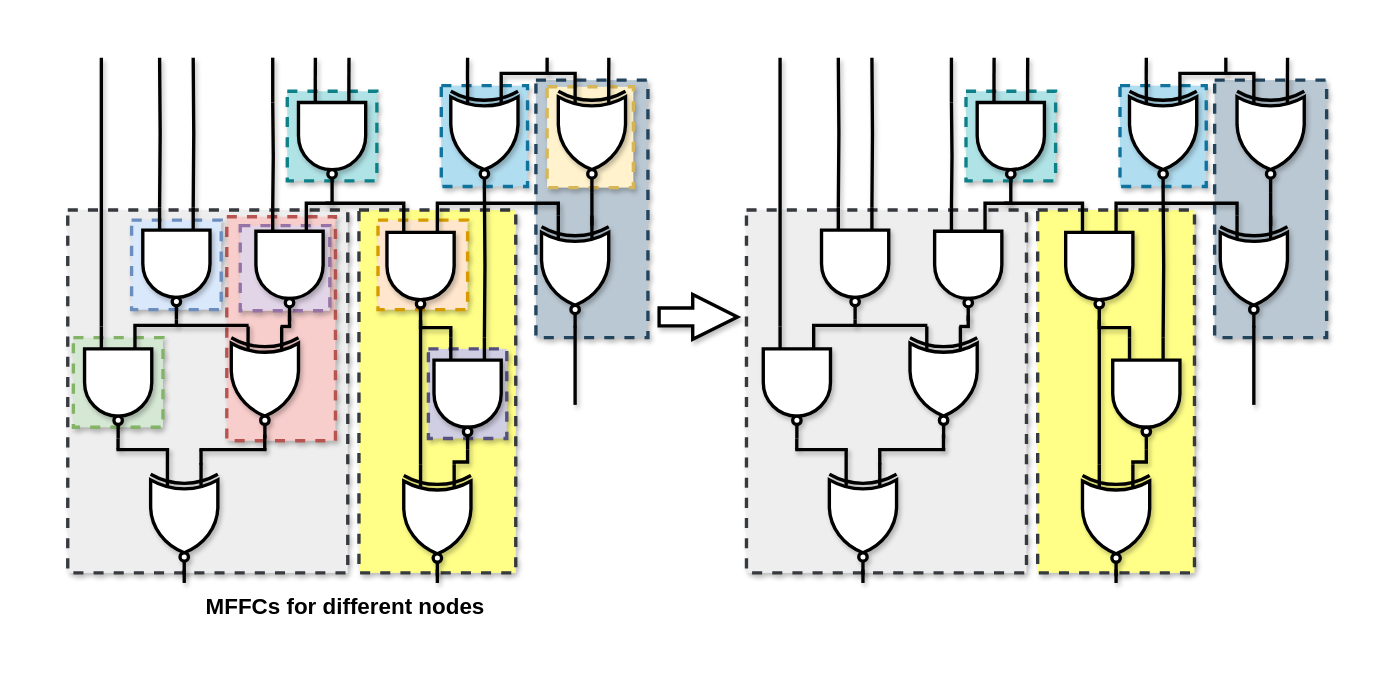
The draw.io diagram mffc.drawio in kxzhu0505/LogicSynOpt, before the edit. Source tidied: cells renumbered, new cells numbered last; positions are measured from the earlier drawing's top-left corner, leaving out a move shared by most shapes. Both pictures are drawn from the tidied source at 112%, with x=0, y=0 at pixel (67, 57).
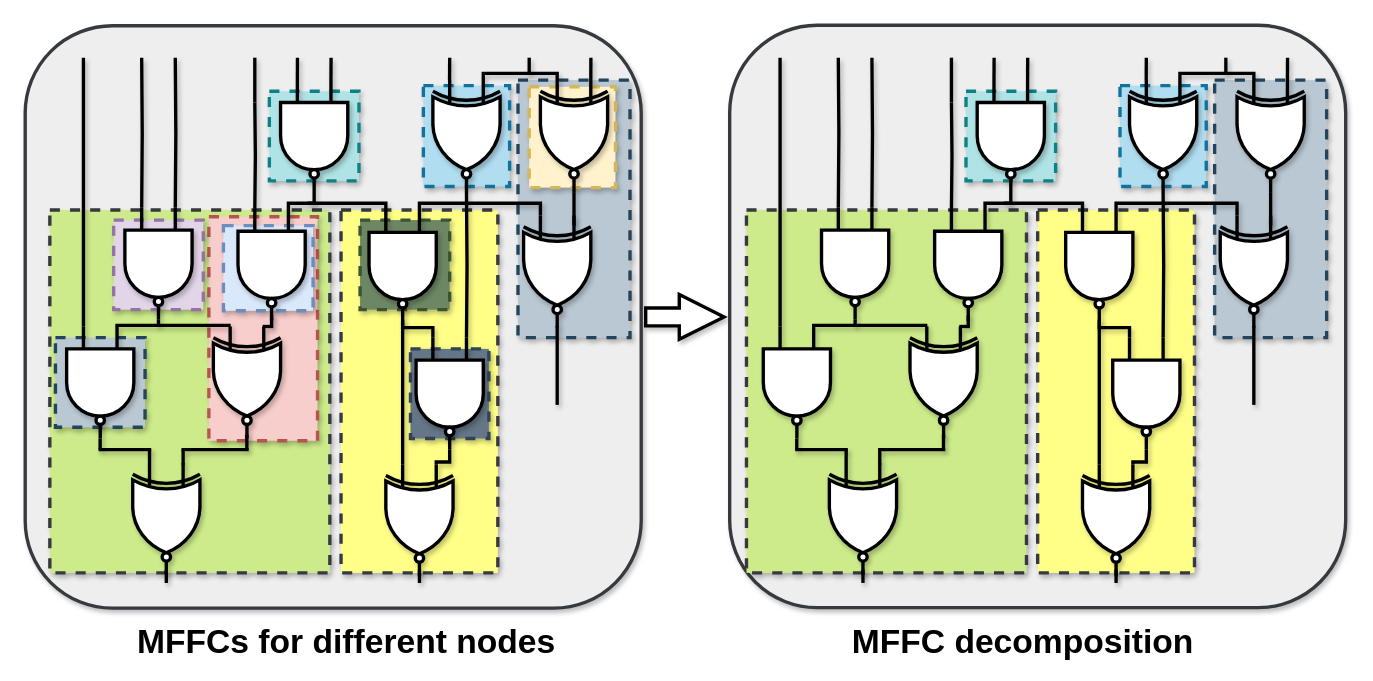
The same page after the edit.

Diff of the diagram source:
```diff
@@
+    <mxCell id="109" style="verticalLabelPosition=bottom;verticalAlign=top;html=1;strokeWidth=3;shape=mxgraph.arrows2.arrow;dy=0.6;dx=40;notch=0;shadow=1;" parent="1" vertex="1">
+      <mxGeometry x="516" y="211.5" width="70" height="40" as="geometry" />
+    </mxCell>
+    <mxCell id="110" value="&lt;font size=&quot;1&quot; style=&quot;&quot;&gt;&lt;b style=&quot;font-size: 30px;&quot;&gt;MFFCs for different nodes&lt;/b&gt;&lt;/font&gt;" style="text;html=1;align=center;verticalAlign=middle;whiteSpace=wrap;rounded=0;" parent="1" vertex="1">
+      <mxGeometry x="36" y="506" width="426" height="30" as="geometry" />
+    </mxCell>
+    <mxCell id="111" value="&lt;font style=&quot;font-size: 30px;&quot;&gt;&lt;font style=&quot;font-size: 30px;&quot;&gt;&lt;b style=&quot;&quot;&gt;MFFC&amp;nbsp;&lt;/b&gt;&lt;/font&gt;&lt;b&gt;decomposition&lt;/b&gt;&lt;/font&gt;" style="text;html=1;align=center;verticalAlign=middle;whiteSpace=wrap;rounded=0;" parent="1" vertex="1">
+      <mxGeometry x="640" y="506" width="426" height="30" as="geometry" />
+    </mxCell>
+    <mxCell id="112" style="rounded=1;whiteSpace=wrap;html=1;shadow=1;strokeWidth=3;fillColor=#eeeeee;strokeColor=#36393d;" parent="1" vertex="1">
+      <mxGeometry x="-38" y="-28.5" width="550" height="520" as="geometry" />
+    </mxCell>
+    <mxCell id="113" style="group;" parent="1" vertex="1">
+      <mxGeometry x="-16" width="525" height="480" as="geometry" />
+    </mxCell>
-    <mxCell id="2" style="rounded=0;whiteSpace=wrap;html=1;dashed=1;strokeWidth=3;fillColor=#bac8d3;strokeColor=#23445d;shadow=1;" parent="1" vertex="1">
+    <mxCell id="2" style="rounded=0;whiteSpace=wrap;html=1;dashed=1;strokeWidth=3;fillColor=#bac8d3;strokeColor=#23445d;shadow=1;" parent="113" vertex="1">
       <mxGeometry x="418" y="20" width="100" height="230" as="geometry" />
     </mxCell>
-    <mxCell id="3" style="rounded=0;whiteSpace=wrap;html=1;dashed=1;strokeWidth=3;fillColor=#ffff88;strokeColor=#36393d;shadow=1;" parent="1" vertex="1">
+    <mxCell id="3" style="rounded=0;whiteSpace=wrap;html=1;dashed=1;strokeWidth=3;fillColor=#ffff88;strokeColor=#36393d;shadow=1;" parent="113" vertex="1">
       <mxGeometry x="260" y="136" width="140" height="324" as="geometry" />
     </mxCell>
-    <mxCell id="4" style="rounded=0;whiteSpace=wrap;html=1;dashed=1;strokeWidth=3;fillColor=#eeeeee;strokeColor=#36393d;shadow=1;" parent="1" vertex="1">
+    <mxCell id="4" style="rounded=0;whiteSpace=wrap;html=1;dashed=1;strokeWidth=3;fillColor=#cdeb8b;strokeColor=#36393d;shadow=1;" parent="113" vertex="1">
       <mxGeometry y="136" width="250" height="324" as="geometry" />
     </mxCell>
-    <mxCell id="5" style="rounded=0;whiteSpace=wrap;html=1;dashed=1;strokeWidth=3;fillColor=#f8cecc;strokeColor=#b85450;shadow=1;" parent="1" vertex="1">
+    <mxCell id="5" style="rounded=0;whiteSpace=wrap;html=1;dashed=1;strokeWidth=3;fillColor=#f8cecc;strokeColor=#b85450;shadow=1;" parent="113" vertex="1">
       <mxGeometry x="142" y="142" width="97" height="200" as="geometry" />
     </mxCell>
-    <mxCell id="6" style="rounded=0;whiteSpace=wrap;html=1;dashed=1;strokeWidth=3;fillColor=#d5e8d4;strokeColor=#82b366;shadow=1;" parent="1" vertex="1">
+    <mxCell id="6" style="rounded=0;whiteSpace=wrap;html=1;dashed=1;strokeWidth=3;fillColor=#bac8d3;strokeColor=#23445d;shadow=1;" parent="113" vertex="1">
       <mxGeometry x="5" y="250" width="80" height="80" as="geometry" />
     </mxCell>
-    <mxCell id="7" style="rounded=0;whiteSpace=wrap;html=1;dashed=1;strokeWidth=3;fillColor=#e1d5e7;strokeColor=#9673a6;shadow=1;" parent="1" vertex="1">
-      <mxGeometry x="154" y="150" width="80" height="76" as="geometry" />
+    <mxCell id="7" style="rounded=0;whiteSpace=wrap;html=1;dashed=1;strokeWidth=3;fillColor=#dae8fc;strokeColor=#6c8ebf;shadow=1;" parent="113" vertex="1">
+      <mxGeometry x="155" y="150" width="80" height="76" as="geometry" />
     </mxCell>
-    <mxCell id="8" style="rounded=0;whiteSpace=wrap;html=1;dashed=1;strokeWidth=3;fillColor=#dae8fc;strokeColor=#6c8ebf;shadow=1;" parent="1" vertex="1">
+    <mxCell id="8" style="rounded=0;whiteSpace=wrap;html=1;dashed=1;strokeWidth=3;fillColor=#e1d5e7;strokeColor=#9673a6;shadow=1;" parent="113" vertex="1">
       <mxGeometry x="57" y="145" width="80" height="80" as="geometry" />
     </mxCell>
-    <mxCell id="9" style="group;shadow=1;" parent="1" vertex="1">
-      <mxGeometry x="15" width="500" height="463" as="geometry" />
+    <mxCell id="9" style="group;shadow=1;" parent="113" vertex="1">
+      <mxGeometry x="15" width="510" height="480" as="geometry" />
     </mxCell>
@@
-    <mxCell id="11" style="rounded=0;whiteSpace=wrap;html=1;dashed=1;strokeWidth=3;fillColor=#d0cee2;strokeColor=#56517e;shadow=1;" parent="9" vertex="1">
+    <mxCell id="11" style="rounded=0;whiteSpace=wrap;html=1;dashed=1;strokeWidth=3;fillColor=#647687;strokeColor=#314354;shadow=1;fontColor=#ffffff;" parent="9" vertex="1">
       <mxGeometry x="307" y="260" width="70" height="80" as="geometry" />
     </mxCell>
@@
-    <mxCell id="13" style="rounded=0;whiteSpace=wrap;html=1;dashed=1;strokeWidth=3;fillColor=#ffe6cc;strokeColor=#d79b00;shadow=1;" parent="9" vertex="1">
+    <mxCell id="13" style="rounded=0;whiteSpace=wrap;html=1;dashed=1;strokeWidth=3;fillColor=#6d8764;strokeColor=#3A5431;shadow=1;fontColor=#ffffff;" parent="9" vertex="1">
       <mxGeometry x="262" y="145" width="80" height="80" as="geometry" />
     </mxCell>
@@
-    <mxCell id="58" style="endArrow=none;html=1;rounded=0;strokeWidth=3;entryX=0;entryY=0.75;entryDx=0;entryDy=0;entryPerimeter=0;shadow=1;" parent="1" edge="1">
+    <mxCell id="58" style="endArrow=none;html=1;rounded=0;strokeWidth=3;entryX=0;entryY=0.75;entryDx=0;entryDy=0;entryPerimeter=0;shadow=1;" parent="113" edge="1">
       <mxGeometry relative="1" as="geometry">
         <mxPoint x="104" y="457" as="sourcePoint" />
         <mxPoint x="104" y="469" as="targetPoint" />
       </mxGeometry>
     </mxCell>
+    <mxCell id="114" style="rounded=1;whiteSpace=wrap;html=1;shadow=1;strokeWidth=3;fillColor=#eeeeee;strokeColor=#36393d;" parent="1" vertex="1">
+      <mxGeometry x="591" y="-29" width="550" height="520" as="geometry" />
+    </mxCell>
@@
-    <mxCell id="61" style="rounded=0;whiteSpace=wrap;html=1;dashed=1;strokeWidth=3;fillColor=#eeeeee;strokeColor=#36393d;shadow=1;" parent="1" vertex="1">
+    <mxCell id="61" style="rounded=0;whiteSpace=wrap;html=1;dashed=1;strokeWidth=3;fillColor=#cdeb8b;strokeColor=#36393d;shadow=1;" parent="1" vertex="1">
       <mxGeometry x="606" y="136" width="250" height="324" as="geometry" />
     </mxCell>
@@
-    <mxCell id="109" style="verticalLabelPosition=bottom;verticalAlign=top;html=1;strokeWidth=3;shape=mxgraph.arrows2.arrow;dy=0.6;dx=40;notch=0;shadow=1;" parent="1" vertex="1">
-      <mxGeometry x="528" y="211.5" width="70" height="40" as="geometry" />
-    </mxCell>
-    <mxCell id="110" value="&lt;font style=&quot;font-size: 20px;&quot;&gt;&lt;b&gt;MFFCs for different nodes&lt;/b&gt;&lt;/font&gt;" style="text;html=1;align=center;verticalAlign=middle;whiteSpace=wrap;rounded=0;" parent="1" vertex="1">
-      <mxGeometry x="35" y="474" width="426" height="30" as="geometry" />
-    </mxCell>
```
